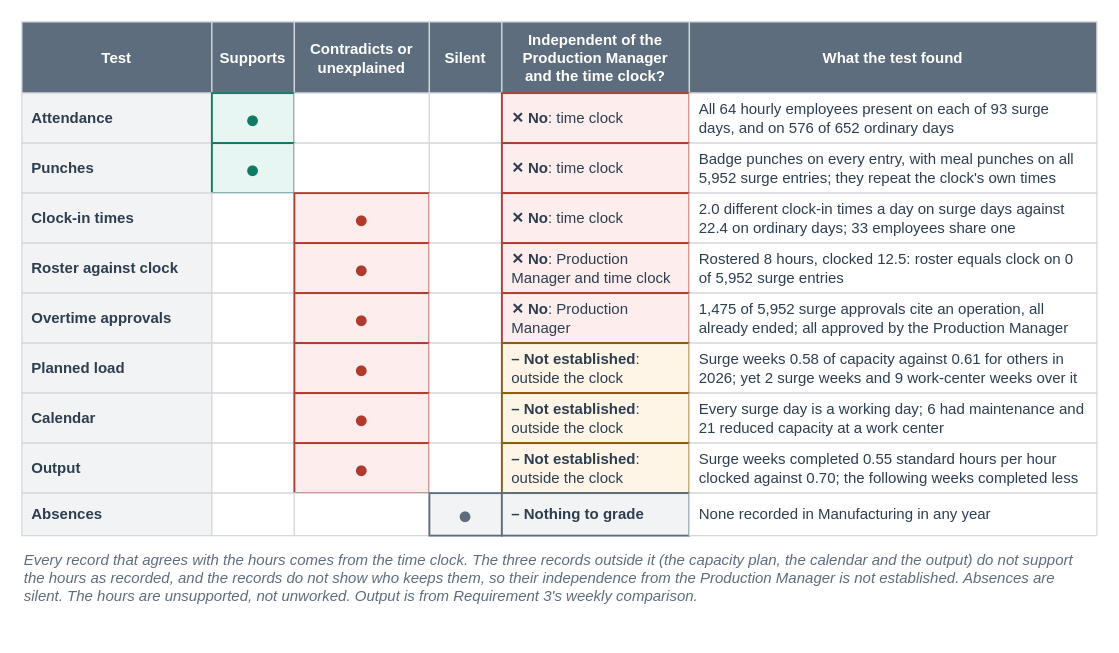
Above: facts/instructor/figures/case-part-3/IF-C3-2-A.drawio in mmcodesso/Accounting_Analytics_Book (draw.io), before the change. Source tidied: cells renumbered, new cells numbered last; positions are measured from the earlier drawing's top-left corner, leaving out a move shared by most shapes. Both pictures are drawn from the tidied source at 125%, with x=0, y=0 at pixel (21, 21).
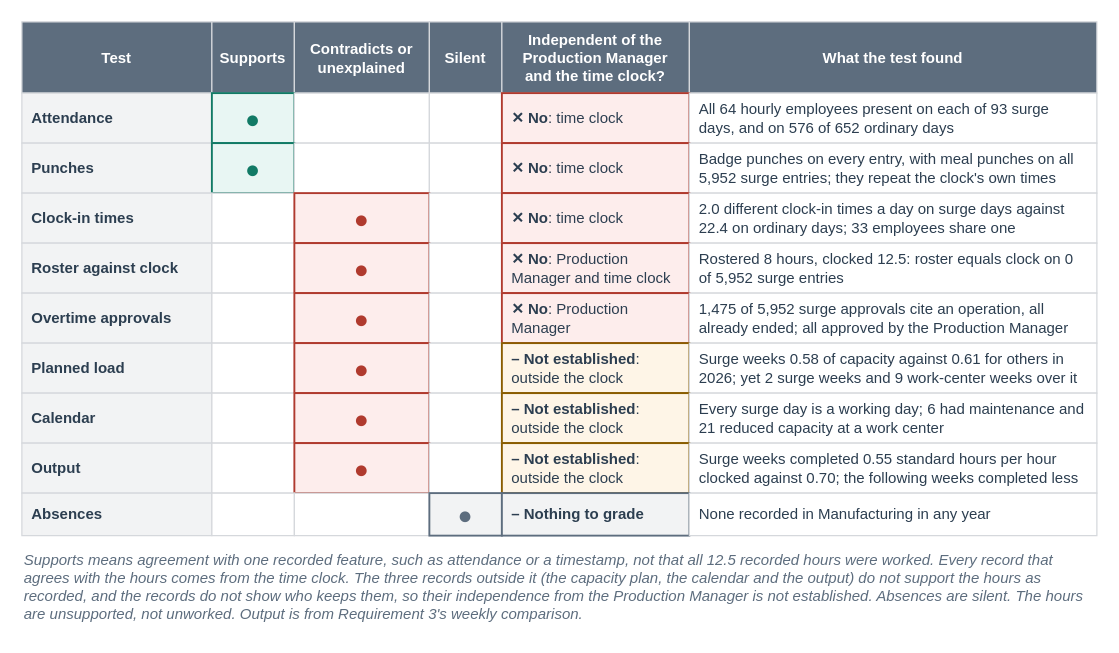
Above is the later version.

What changed in the source:
```diff
@@
     <mxCell id="2" style="rounded=0;html=1;fillColor=none;strokeColor=none;" parent="1" vertex="1">
-      <mxGeometry width="860" height="472" as="geometry" />
+      <mxGeometry width="860" height="487" as="geometry" />
     </mxCell>
@@
-    <mxCell id="63" value="&lt;i&gt;Every record that agrees with the hours comes from the time clock. The three records outside it (the capacity plan, the calendar and the output) do not support the hours as recorded, and the records do not show who keeps them, so their independence from the Production Manager is not established. Absences are silent. The hours are unsupported, not unworked. Output is from Requirement 3's weekly comparison.&lt;/i&gt;" style="text;html=1;whiteSpace=wrap;align=left;verticalAlign=top;fontSize=12;fontColor=#5D6D7E;fontStyle=0;fontFamily=Helvetica;spacing=2;fillColor=none;strokeColor=none;" parent="1" vertex="1">
-      <mxGeometry y="417" width="860" height="53" as="geometry" />
+    <mxCell id="63" value="&lt;i&gt;Supports means agreement with one recorded feature, such as attendance or a timestamp, not that all 12.5 recorded hours were worked. Every record that agrees with the hours comes from the time clock. The three records outside it (the capacity plan, the calendar and the output) do not support the hours as recorded, and the records do not show who keeps them, so their independence from the Production Manager is not established. Absences are silent. The hours are unsupported, not unworked. Output is from Requirement 3's weekly comparison.&lt;/i&gt;" style="text;html=1;whiteSpace=wrap;align=left;verticalAlign=top;fontSize=12;fontColor=#5D6D7E;fontStyle=0;fontFamily=Helvetica;spacing=2;fillColor=none;strokeColor=none;" parent="1" vertex="1">
+      <mxGeometry y="417" width="860" height="68" as="geometry" />
     </mxCell>
```
